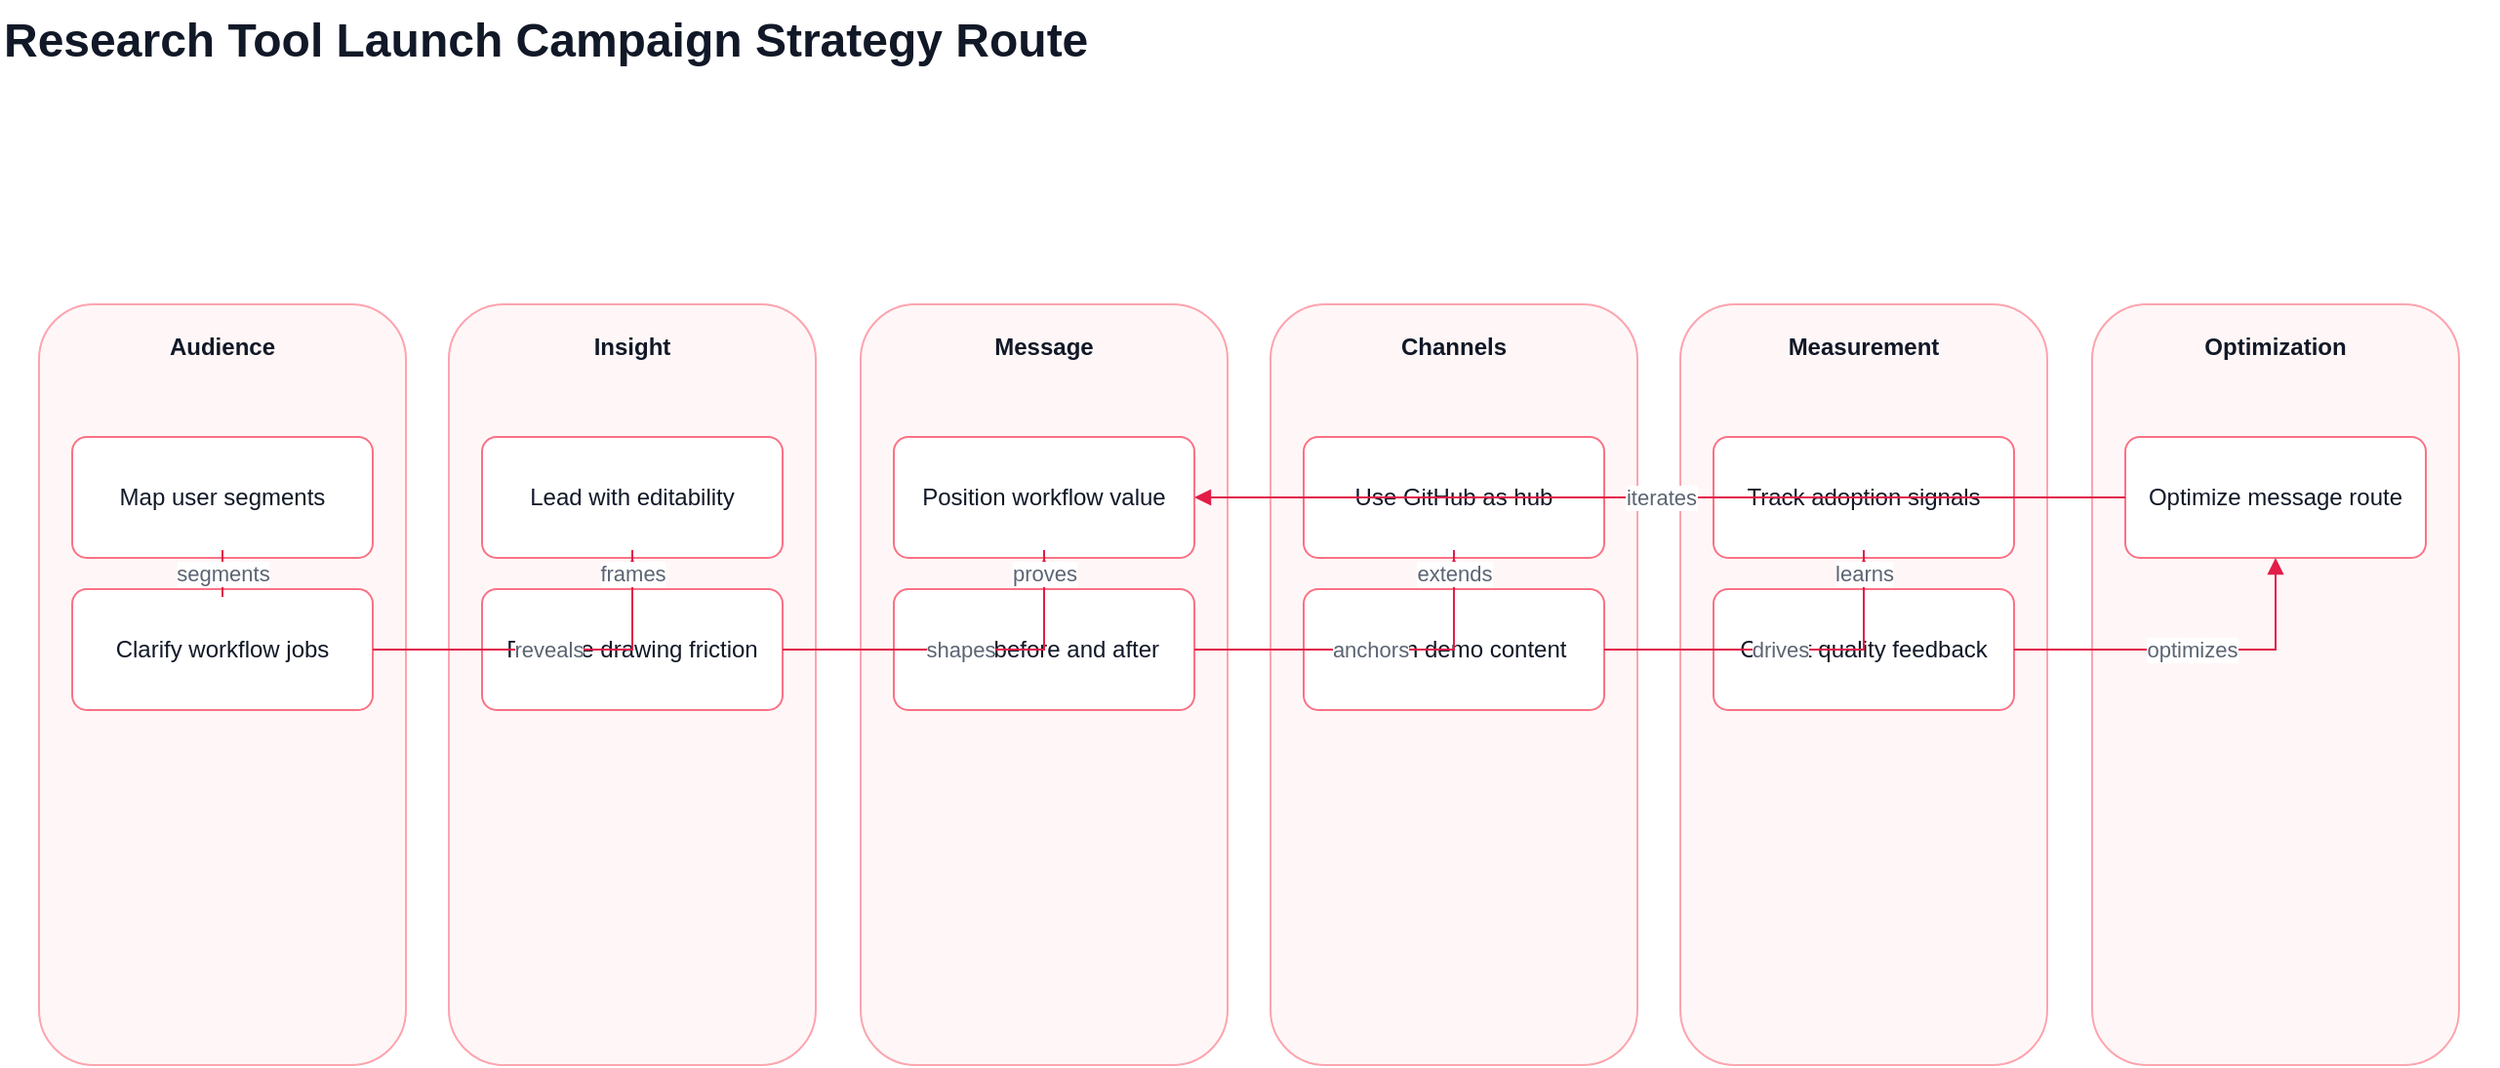
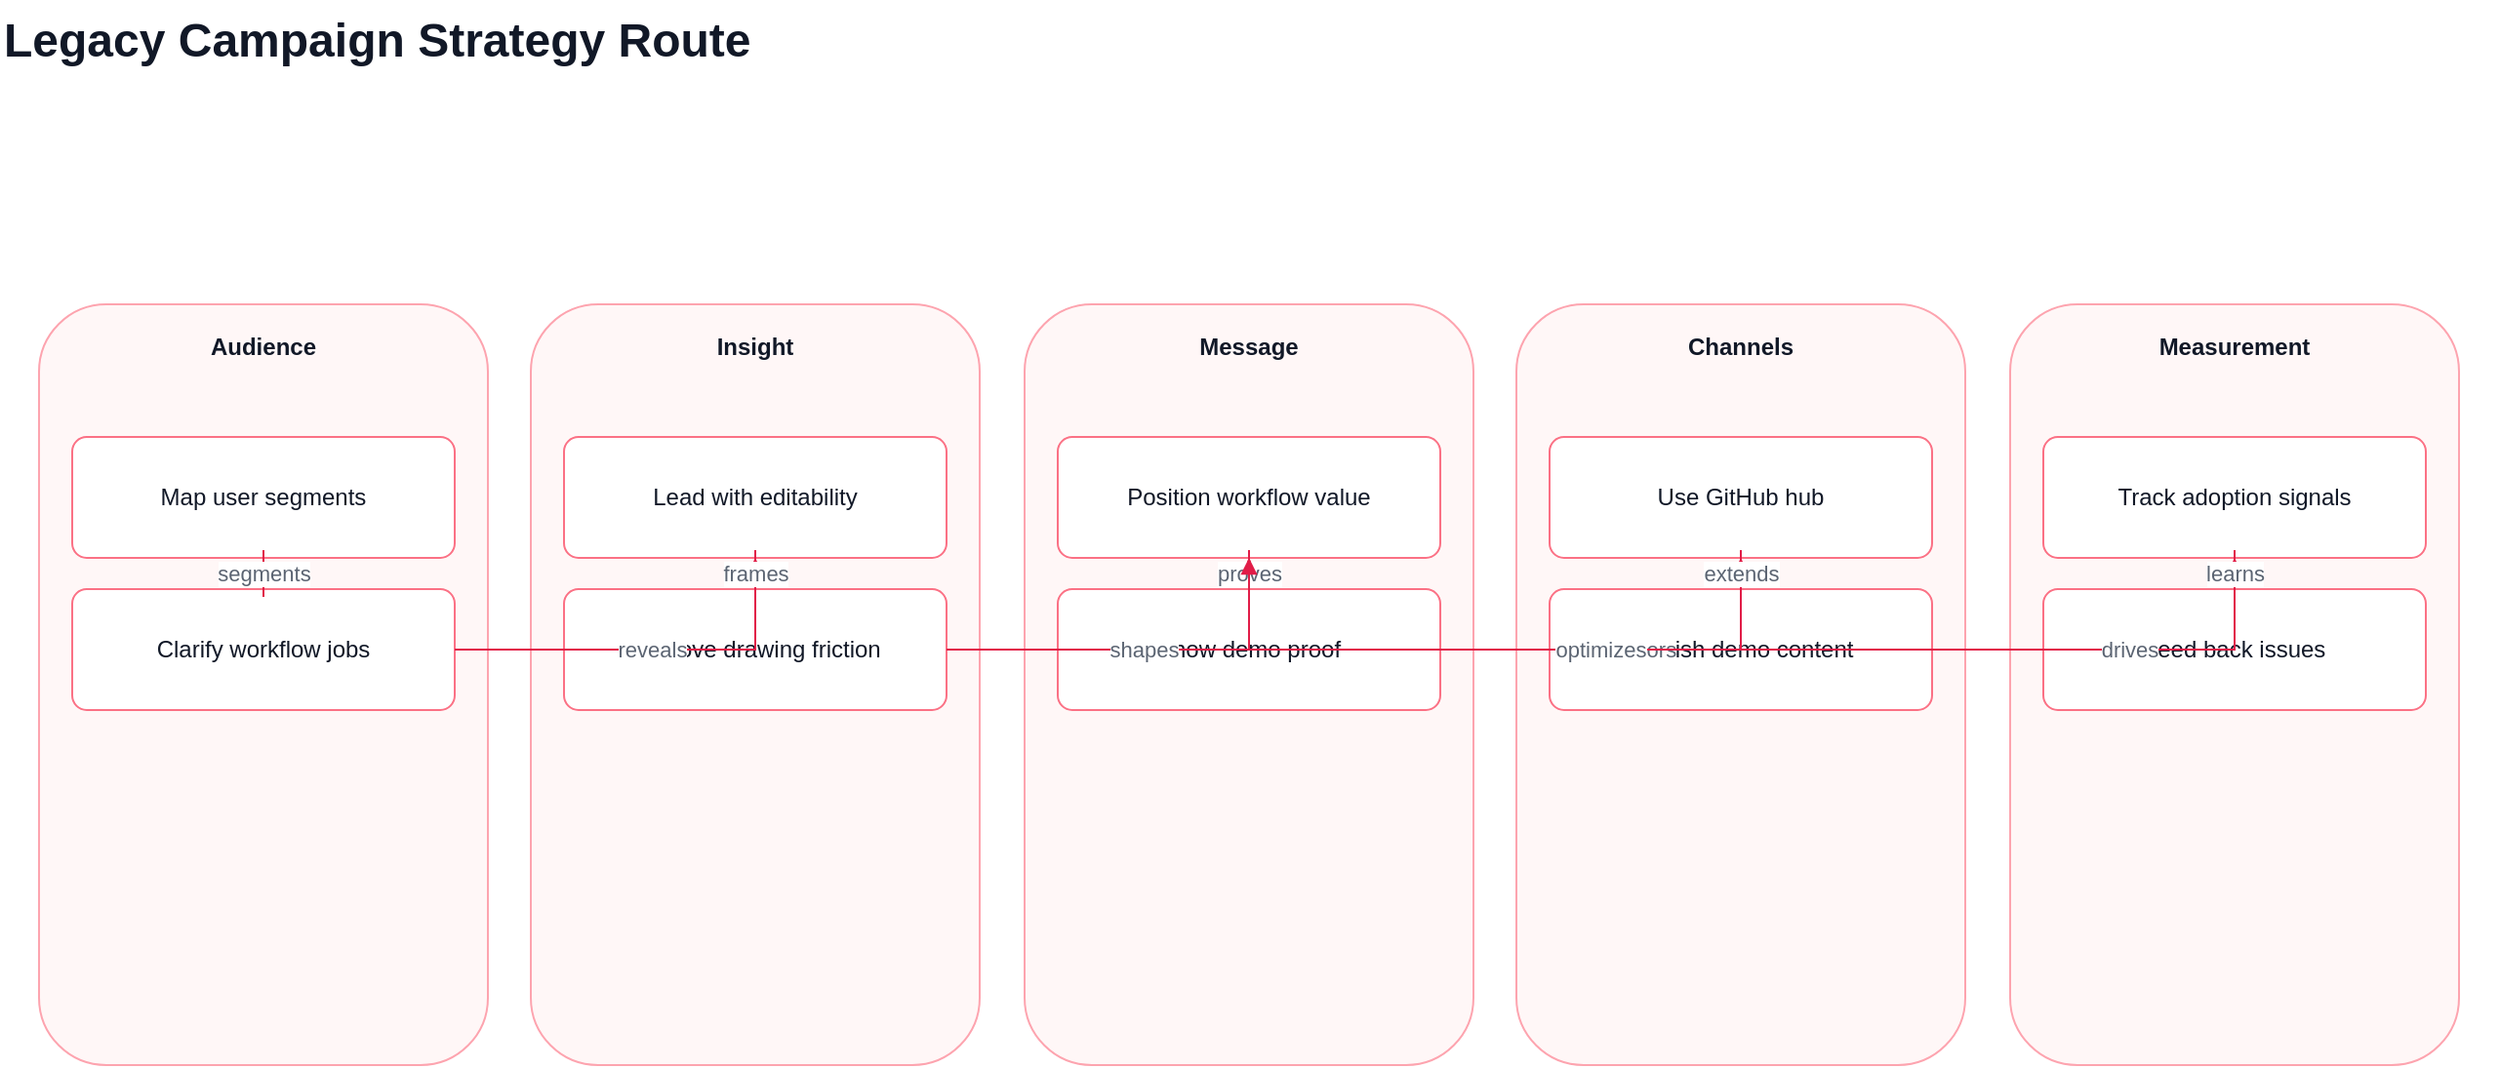
<mxfile host="app.diagrams.net" modified="2026-06-19T00:00:00.000Z" agent="tech-route-maker" version="24.7.8">
<diagram id="tech-route" name="Tech Route">
<mxGraphModel dx="1200" dy="800" grid="1" gridSize="10" guides="1" tooltips="1" connect="1" arrows="1" fold="1" page="1" pageScale="1" pageWidth="1600" pageHeight="900" math="0" shadow="0">
<root>
<mxCell id="0"/>
<mxCell id="1" parent="0"/>
- <mxCell id="title" value="Research Tool Launch Campaign Strategy Route" style="text;html=1;strokeColor=none;fillColor=none;fontSize=24;fontStyle=1;fontColor=#111827;" vertex="1" parent="1"><mxGeometry x="40" y="20" width="1280" height="40" as="geometry"/></mxCell>
- <mxCell id="stage_audience" value="Audience" style="rounded=1;whiteSpace=wrap;html=1;fillColor=#FFF7F7;strokeColor=#FDA4AF;fontColor=#111827;fontStyle=1;verticalAlign=top;spacingTop=8;" vertex="1" parent="1"><mxGeometry x="60" y="176" width="188" height="390" as="geometry"/></mxCell>
- <mxCell id="stage_insight" value="Insight" style="rounded=1;whiteSpace=wrap;html=1;fillColor=#FFF7F7;strokeColor=#FDA4AF;fontColor=#111827;fontStyle=1;verticalAlign=top;spacingTop=8;" vertex="1" parent="1"><mxGeometry x="270" y="176" width="188" height="390" as="geometry"/></mxCell>
- <mxCell id="stage_message" value="Message" style="rounded=1;whiteSpace=wrap;html=1;fillColor=#FFF7F7;strokeColor=#FDA4AF;fontColor=#111827;fontStyle=1;verticalAlign=top;spacingTop=8;" vertex="1" parent="1"><mxGeometry x="481" y="176" width="188" height="390" as="geometry"/></mxCell>
- <mxCell id="stage_channels" value="Channels" style="rounded=1;whiteSpace=wrap;html=1;fillColor=#FFF7F7;strokeColor=#FDA4AF;fontColor=#111827;fontStyle=1;verticalAlign=top;spacingTop=8;" vertex="1" parent="1"><mxGeometry x="691" y="176" width="188" height="390" as="geometry"/></mxCell>
- <mxCell id="stage_measurement" value="Measurement" style="rounded=1;whiteSpace=wrap;html=1;fillColor=#FFF7F7;strokeColor=#FDA4AF;fontColor=#111827;fontStyle=1;verticalAlign=top;spacingTop=8;" vertex="1" parent="1"><mxGeometry x="901" y="176" width="188" height="390" as="geometry"/></mxCell>
- <mxCell id="stage_optimization" value="Optimization" style="rounded=1;whiteSpace=wrap;html=1;fillColor=#FFF7F7;strokeColor=#FDA4AF;fontColor=#111827;fontStyle=1;verticalAlign=top;spacingTop=8;" vertex="1" parent="1"><mxGeometry x="1112" y="176" width="188" height="390" as="geometry"/></mxCell>
- <mxCell id="audience_segments" value="Map user segments" tooltip="Target graduate students, lab managers, and academic teams with different workflow needs." style="rounded=1;whiteSpace=wrap;html=1;fillColor=#FFFFFF;strokeColor=#FB7185;fontColor=#111827;arcSize=12;" vertex="1" parent="1"><mxGeometry x="77" y="244" width="154" height="62" as="geometry"/></mxCell>
- <mxCell id="audience_jobs" value="Clarify workflow jobs" tooltip="Separate paper figures, proposal routes, and team reporting needs." style="rounded=1;whiteSpace=wrap;html=1;fillColor=#FFFFFF;strokeColor=#FB7185;fontColor=#111827;arcSize=12;" vertex="1" parent="1"><mxGeometry x="77" y="322" width="154" height="62" as="geometry"/></mxCell>
- <mxCell id="insight_editable" value="Lead with editability" tooltip="Users trust outputs more when visuals remain editable and evidence-linked." style="rounded=1;whiteSpace=wrap;html=1;fillColor=#FFFFFF;strokeColor=#FB7185;fontColor=#111827;arcSize=12;" vertex="1" parent="1"><mxGeometry x="287" y="244" width="154" height="62" as="geometry"/></mxCell>
- <mxCell id="insight_friction" value="Remove drawing friction" tooltip="Show how source material becomes a usable route without manual redrawing." style="rounded=1;whiteSpace=wrap;html=1;fillColor=#FFFFFF;strokeColor=#FB7185;fontColor=#111827;arcSize=12;" vertex="1" parent="1"><mxGeometry x="287" y="322" width="154" height="62" as="geometry"/></mxCell>
- <mxCell id="message_positioning" value="Position workflow value" tooltip="Frame the product as source-to-editable-diagram workflow." style="rounded=1;whiteSpace=wrap;html=1;fillColor=#FFFFFF;strokeColor=#FB7185;fontColor=#111827;arcSize=12;" vertex="1" parent="1"><mxGeometry x="498" y="244" width="154" height="62" as="geometry"/></mxCell>
- <mxCell id="message_proof" value="Show before and after" tooltip="Use problem hook, evidence-first promise, demo output, and use-case proof." style="rounded=1;whiteSpace=wrap;html=1;fillColor=#FFFFFF;strokeColor=#FB7185;fontColor=#111827;arcSize=12;" vertex="1" parent="1"><mxGeometry x="498" y="322" width="154" height="62" as="geometry"/></mxCell>
- <mxCell id="channels_github" value="Use GitHub as hub" tooltip="Anchor the campaign in README, examples, templates, and visible demo outputs." style="rounded=1;whiteSpace=wrap;html=1;fillColor=#FFFFFF;strokeColor=#FB7185;fontColor=#111827;arcSize=12;" vertex="1" parent="1"><mxGeometry x="708" y="244" width="154" height="62" as="geometry"/></mxCell>
- <mxCell id="channels_content" value="Publish demo content" tooltip="Share short video, social posts, lab demo deck, and community templates." style="rounded=1;whiteSpace=wrap;html=1;fillColor=#FFFFFF;strokeColor=#FB7185;fontColor=#111827;arcSize=12;" vertex="1" parent="1"><mxGeometry x="708" y="322" width="154" height="62" as="geometry"/></mxCell>
- <mxCell id="measurement_metrics" value="Track adoption signals" tooltip="Measure stars, demo runs, template downloads, issue feedback, and trials." style="rounded=1;whiteSpace=wrap;html=1;fillColor=#FFFFFF;strokeColor=#FB7185;fontColor=#111827;arcSize=12;" vertex="1" parent="1"><mxGeometry x="918" y="244" width="154" height="62" as="geometry"/></mxCell>
- <mxCell id="measurement_feedback" value="Collect quality feedback" tooltip="Classify layout, output-format, and user onboarding issues." style="rounded=1;whiteSpace=wrap;html=1;fillColor=#FFFFFF;strokeColor=#FB7185;fontColor=#111827;arcSize=12;" vertex="1" parent="1"><mxGeometry x="918" y="322" width="154" height="62" as="geometry"/></mxCell>
- <mxCell id="optimization_route" value="Optimize message route" tooltip="Refine messaging based on drop-off, issue themes, and output-quality feedback." style="rounded=1;whiteSpace=wrap;html=1;fillColor=#FFFFFF;strokeColor=#FB7185;fontColor=#111827;arcSize=12;" vertex="1" parent="1"><mxGeometry x="1129" y="244" width="154" height="62" as="geometry"/></mxCell>
- <mxCell id="edge_1" value="segments" style="edgeStyle=orthogonalEdgeStyle;rounded=0;orthogonalLoop=1;jettySize=auto;html=1;endArrow=block;endFill=1;strokeColor=#E11D48;fontColor=#5B6472;" edge="1" parent="1" source="audience_segments" target="audience_jobs"><mxGeometry relative="1" as="geometry"/></mxCell>
- <mxCell id="edge_2" value="reveals" style="edgeStyle=orthogonalEdgeStyle;rounded=0;orthogonalLoop=1;jettySize=auto;html=1;endArrow=block;endFill=1;strokeColor=#E11D48;fontColor=#5B6472;" edge="1" parent="1" source="audience_jobs" target="insight_editable"><mxGeometry relative="1" as="geometry"/></mxCell>
- <mxCell id="edge_3" value="frames" style="edgeStyle=orthogonalEdgeStyle;rounded=0;orthogonalLoop=1;jettySize=auto;html=1;endArrow=block;endFill=1;strokeColor=#E11D48;fontColor=#5B6472;" edge="1" parent="1" source="insight_editable" target="insight_friction"><mxGeometry relative="1" as="geometry"/></mxCell>
- <mxCell id="edge_4" value="shapes" style="edgeStyle=orthogonalEdgeStyle;rounded=0;orthogonalLoop=1;jettySize=auto;html=1;endArrow=block;endFill=1;strokeColor=#E11D48;fontColor=#5B6472;" edge="1" parent="1" source="insight_friction" target="message_positioning"><mxGeometry relative="1" as="geometry"/></mxCell>
- <mxCell id="edge_5" value="proves" style="edgeStyle=orthogonalEdgeStyle;rounded=0;orthogonalLoop=1;jettySize=auto;html=1;endArrow=block;endFill=1;strokeColor=#E11D48;fontColor=#5B6472;" edge="1" parent="1" source="message_positioning" target="message_proof"><mxGeometry relative="1" as="geometry"/></mxCell>
- <mxCell id="edge_6" value="anchors" style="edgeStyle=orthogonalEdgeStyle;rounded=0;orthogonalLoop=1;jettySize=auto;html=1;endArrow=block;endFill=1;strokeColor=#E11D48;fontColor=#5B6472;" edge="1" parent="1" source="message_proof" target="channels_github"><mxGeometry relative="1" as="geometry"/></mxCell>
- <mxCell id="edge_7" value="extends" style="edgeStyle=orthogonalEdgeStyle;rounded=0;orthogonalLoop=1;jettySize=auto;html=1;endArrow=block;endFill=1;strokeColor=#E11D48;fontColor=#5B6472;" edge="1" parent="1" source="channels_github" target="channels_content"><mxGeometry relative="1" as="geometry"/></mxCell>
- <mxCell id="edge_8" value="drives" style="edgeStyle=orthogonalEdgeStyle;rounded=0;orthogonalLoop=1;jettySize=auto;html=1;endArrow=block;endFill=1;strokeColor=#E11D48;fontColor=#5B6472;" edge="1" parent="1" source="channels_content" target="measurement_metrics"><mxGeometry relative="1" as="geometry"/></mxCell>
- <mxCell id="edge_9" value="learns" style="edgeStyle=orthogonalEdgeStyle;rounded=0;orthogonalLoop=1;jettySize=auto;html=1;endArrow=block;endFill=1;strokeColor=#E11D48;fontColor=#5B6472;" edge="1" parent="1" source="measurement_metrics" target="measurement_feedback"><mxGeometry relative="1" as="geometry"/></mxCell>
- <mxCell id="edge_10" value="optimizes" style="edgeStyle=orthogonalEdgeStyle;rounded=0;orthogonalLoop=1;jettySize=auto;html=1;endArrow=block;endFill=1;strokeColor=#E11D48;fontColor=#5B6472;" edge="1" parent="1" source="measurement_feedback" target="optimization_route"><mxGeometry relative="1" as="geometry"/></mxCell>
- <mxCell id="edge_11" value="iterates" style="edgeStyle=orthogonalEdgeStyle;rounded=0;orthogonalLoop=1;jettySize=auto;html=1;endArrow=block;endFill=1;strokeColor=#E11D48;fontColor=#5B6472;" edge="1" parent="1" source="optimization_route" target="message_positioning"><mxGeometry relative="1" as="geometry"/></mxCell>
+ <mxCell id="title" value="Legacy Campaign Strategy Route" style="text;html=1;strokeColor=none;fillColor=none;fontSize=24;fontStyle=1;fontColor=#111827;" vertex="1" parent="1"><mxGeometry x="40" y="20" width="1280" height="40" as="geometry"/></mxCell>
+ <mxCell id="stage_audience" value="Audience" style="rounded=1;whiteSpace=wrap;html=1;fillColor=#FFF7F7;strokeColor=#FDA4AF;fontColor=#111827;fontStyle=1;verticalAlign=top;spacingTop=8;" vertex="1" parent="1"><mxGeometry x="60" y="176" width="230" height="390" as="geometry"/></mxCell>
+ <mxCell id="stage_insight" value="Insight" style="rounded=1;whiteSpace=wrap;html=1;fillColor=#FFF7F7;strokeColor=#FDA4AF;fontColor=#111827;fontStyle=1;verticalAlign=top;spacingTop=8;" vertex="1" parent="1"><mxGeometry x="312" y="176" width="230" height="390" as="geometry"/></mxCell>
+ <mxCell id="stage_message" value="Message" style="rounded=1;whiteSpace=wrap;html=1;fillColor=#FFF7F7;strokeColor=#FDA4AF;fontColor=#111827;fontStyle=1;verticalAlign=top;spacingTop=8;" vertex="1" parent="1"><mxGeometry x="565" y="176" width="230" height="390" as="geometry"/></mxCell>
+ <mxCell id="stage_channels" value="Channels" style="rounded=1;whiteSpace=wrap;html=1;fillColor=#FFF7F7;strokeColor=#FDA4AF;fontColor=#111827;fontStyle=1;verticalAlign=top;spacingTop=8;" vertex="1" parent="1"><mxGeometry x="817" y="176" width="230" height="390" as="geometry"/></mxCell>
+ <mxCell id="stage_measure" value="Measurement" style="rounded=1;whiteSpace=wrap;html=1;fillColor=#FFF7F7;strokeColor=#FDA4AF;fontColor=#111827;fontStyle=1;verticalAlign=top;spacingTop=8;" vertex="1" parent="1"><mxGeometry x="1070" y="176" width="230" height="390" as="geometry"/></mxCell>
+ <mxCell id="audience_segments" value="Map user segments" tooltip="Target researchers, lab managers, and academic teams." style="rounded=1;whiteSpace=wrap;html=1;fillColor=#FFFFFF;strokeColor=#FB7185;fontColor=#111827;arcSize=12;" vertex="1" parent="1"><mxGeometry x="77" y="244" width="196" height="62" as="geometry"/></mxCell>
+ <mxCell id="audience_jobs" value="Clarify workflow jobs" tooltip="Separate paper figures, proposal routes, and reporting needs." style="rounded=1;whiteSpace=wrap;html=1;fillColor=#FFFFFF;strokeColor=#FB7185;fontColor=#111827;arcSize=12;" vertex="1" parent="1"><mxGeometry x="77" y="322" width="196" height="62" as="geometry"/></mxCell>
+ <mxCell id="insight_editable" value="Lead with editability" tooltip="Emphasize editable, evidence-linked route diagrams." style="rounded=1;whiteSpace=wrap;html=1;fillColor=#FFFFFF;strokeColor=#FB7185;fontColor=#111827;arcSize=12;" vertex="1" parent="1"><mxGeometry x="329" y="244" width="196" height="62" as="geometry"/></mxCell>
+ <mxCell id="insight_friction" value="Remove drawing friction" tooltip="Show source-to-route workflow instead of manual redrawing." style="rounded=1;whiteSpace=wrap;html=1;fillColor=#FFFFFF;strokeColor=#FB7185;fontColor=#111827;arcSize=12;" vertex="1" parent="1"><mxGeometry x="329" y="322" width="196" height="62" as="geometry"/></mxCell>
+ <mxCell id="message_position" value="Position workflow value" tooltip="Frame the tool as a source-to-editable-diagram workflow." style="rounded=1;whiteSpace=wrap;html=1;fillColor=#FFFFFF;strokeColor=#FB7185;fontColor=#111827;arcSize=12;" vertex="1" parent="1"><mxGeometry x="582" y="244" width="196" height="62" as="geometry"/></mxCell>
+ <mxCell id="message_proof" value="Show demo proof" tooltip="Use README, gallery, and editable files as proof." style="rounded=1;whiteSpace=wrap;html=1;fillColor=#FFFFFF;strokeColor=#FB7185;fontColor=#111827;arcSize=12;" vertex="1" parent="1"><mxGeometry x="582" y="322" width="196" height="62" as="geometry"/></mxCell>
+ <mxCell id="channels_github" value="Use GitHub hub" tooltip="Anchor examples, install instructions, and release notes on GitHub." style="rounded=1;whiteSpace=wrap;html=1;fillColor=#FFFFFF;strokeColor=#FB7185;fontColor=#111827;arcSize=12;" vertex="1" parent="1"><mxGeometry x="834" y="244" width="196" height="62" as="geometry"/></mxCell>
+ <mxCell id="channels_content" value="Publish demo content" tooltip="Share short videos, posts, and lab-demo decks." style="rounded=1;whiteSpace=wrap;html=1;fillColor=#FFFFFF;strokeColor=#FB7185;fontColor=#111827;arcSize=12;" vertex="1" parent="1"><mxGeometry x="834" y="322" width="196" height="62" as="geometry"/></mxCell>
+ <mxCell id="measure_metrics" value="Track adoption signals" tooltip="Measure stars, demo runs, issue feedback, and trials." style="rounded=1;whiteSpace=wrap;html=1;fillColor=#FFFFFF;strokeColor=#FB7185;fontColor=#111827;arcSize=12;" vertex="1" parent="1"><mxGeometry x="1087" y="244" width="196" height="62" as="geometry"/></mxCell>
+ <mxCell id="measure_feedback" value="Feed back issues" tooltip="Classify onboarding, layout, and output-format feedback." style="rounded=1;whiteSpace=wrap;html=1;fillColor=#FFFFFF;strokeColor=#FB7185;fontColor=#111827;arcSize=12;" vertex="1" parent="1"><mxGeometry x="1087" y="322" width="196" height="62" as="geometry"/></mxCell>
+ <mxCell id="e1" value="segments" style="edgeStyle=orthogonalEdgeStyle;rounded=0;orthogonalLoop=1;jettySize=auto;html=1;endArrow=block;endFill=1;strokeColor=#E11D48;fontColor=#5B6472;" edge="1" parent="1" source="audience_segments" target="audience_jobs"><mxGeometry relative="1" as="geometry"/></mxCell>
+ <mxCell id="e2" value="reveals" style="edgeStyle=orthogonalEdgeStyle;rounded=0;orthogonalLoop=1;jettySize=auto;html=1;endArrow=block;endFill=1;strokeColor=#E11D48;fontColor=#5B6472;" edge="1" parent="1" source="audience_jobs" target="insight_editable"><mxGeometry relative="1" as="geometry"/></mxCell>
+ <mxCell id="e3" value="frames" style="edgeStyle=orthogonalEdgeStyle;rounded=0;orthogonalLoop=1;jettySize=auto;html=1;endArrow=block;endFill=1;strokeColor=#E11D48;fontColor=#5B6472;" edge="1" parent="1" source="insight_editable" target="insight_friction"><mxGeometry relative="1" as="geometry"/></mxCell>
+ <mxCell id="e4" value="shapes" style="edgeStyle=orthogonalEdgeStyle;rounded=0;orthogonalLoop=1;jettySize=auto;html=1;endArrow=block;endFill=1;strokeColor=#E11D48;fontColor=#5B6472;" edge="1" parent="1" source="insight_friction" target="message_position"><mxGeometry relative="1" as="geometry"/></mxCell>
+ <mxCell id="e5" value="proves" style="edgeStyle=orthogonalEdgeStyle;rounded=0;orthogonalLoop=1;jettySize=auto;html=1;endArrow=block;endFill=1;strokeColor=#E11D48;fontColor=#5B6472;" edge="1" parent="1" source="message_position" target="message_proof"><mxGeometry relative="1" as="geometry"/></mxCell>
+ <mxCell id="e6" value="anchors" style="edgeStyle=orthogonalEdgeStyle;rounded=0;orthogonalLoop=1;jettySize=auto;html=1;endArrow=block;endFill=1;strokeColor=#E11D48;fontColor=#5B6472;" edge="1" parent="1" source="message_proof" target="channels_github"><mxGeometry relative="1" as="geometry"/></mxCell>
+ <mxCell id="e7" value="extends" style="edgeStyle=orthogonalEdgeStyle;rounded=0;orthogonalLoop=1;jettySize=auto;html=1;endArrow=block;endFill=1;strokeColor=#E11D48;fontColor=#5B6472;" edge="1" parent="1" source="channels_github" target="channels_content"><mxGeometry relative="1" as="geometry"/></mxCell>
+ <mxCell id="e8" value="drives" style="edgeStyle=orthogonalEdgeStyle;rounded=0;orthogonalLoop=1;jettySize=auto;html=1;endArrow=block;endFill=1;strokeColor=#E11D48;fontColor=#5B6472;" edge="1" parent="1" source="channels_content" target="measure_metrics"><mxGeometry relative="1" as="geometry"/></mxCell>
+ <mxCell id="e9" value="learns" style="edgeStyle=orthogonalEdgeStyle;rounded=0;orthogonalLoop=1;jettySize=auto;html=1;endArrow=block;endFill=1;strokeColor=#E11D48;fontColor=#5B6472;" edge="1" parent="1" source="measure_metrics" target="measure_feedback"><mxGeometry relative="1" as="geometry"/></mxCell>
+ <mxCell id="e10" value="optimizes" style="edgeStyle=orthogonalEdgeStyle;rounded=0;orthogonalLoop=1;jettySize=auto;html=1;endArrow=block;endFill=1;strokeColor=#E11D48;fontColor=#5B6472;" edge="1" parent="1" source="measure_feedback" target="message_position"><mxGeometry relative="1" as="geometry"/></mxCell>
</root>
</mxGraphModel>
</diagram>
</mxfile>